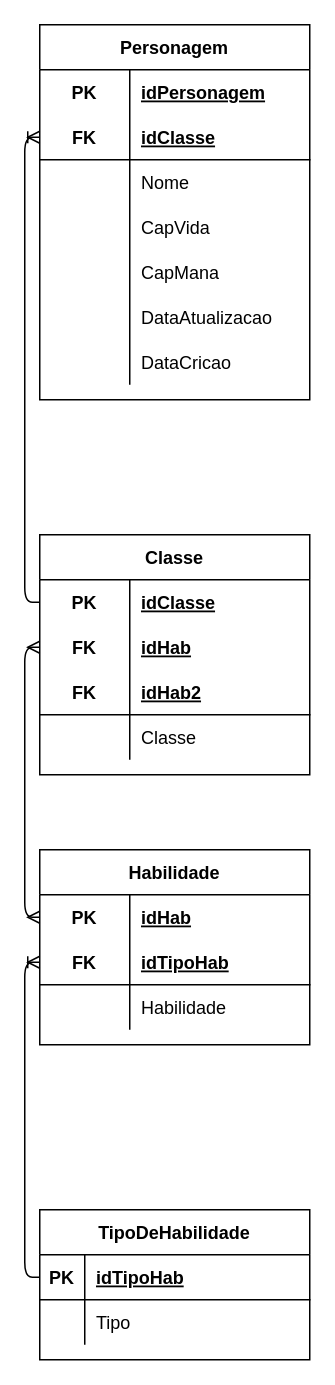
Pedro-B-Alves/senai_sprint1_bd keeps this draw.io diagram as page "logico" (2 of 2) of desafios/SENAI_HROADS_MANHA.drawio. Above is the earlier version. Source tidied: cells renumbered, new cells numbered last; positions are measured from the earlier drawing's top-left corner, leaving out a move shared by most shapes. Both pictures are drawn from the tidied source at 150%, with x=0, y=0 at pixel (39, 24).
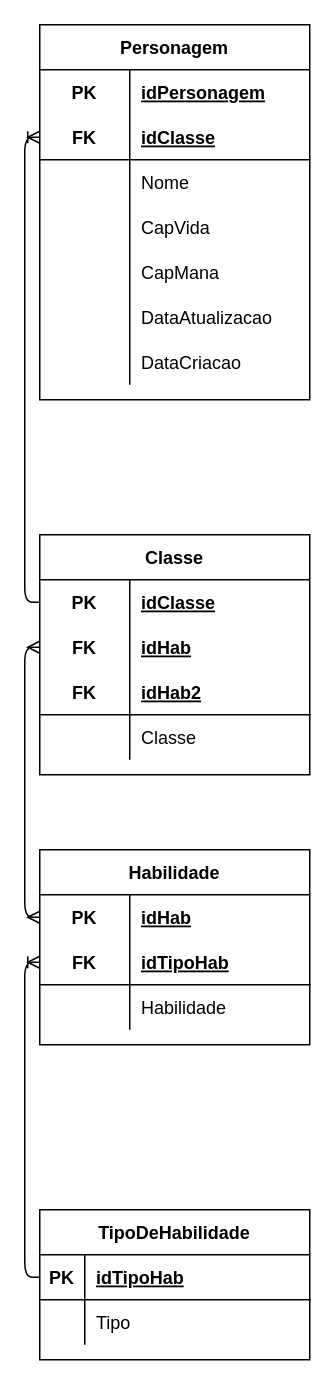
The same page after the edit.

Unchanged cells that the change refers to:
```xml
<mxCell id="53" style="shape=partialRectangle;fillColor=none;top=0;left=0;bottom=0;right=0;" parent="34" vertex="1">
  <mxGeometry y="210" width="180" height="30" as="geometry" />
</mxCell>
```

What changed in the source:
```diff
@@
-    <mxCell id="55" value="DataCricao" style="shape=partialRectangle;fillColor=none;top=0;left=0;bottom=0;right=0;align=left;spacingLeft=6;overflow=hidden;" parent="53" vertex="1">
+    <mxCell id="55" value="DataCriacao" style="shape=partialRectangle;fillColor=none;top=0;left=0;bottom=0;right=0;align=left;spacingLeft=6;overflow=hidden;" parent="53" vertex="1">
       <mxGeometry x="60" width="120" height="30" as="geometry" />
     </mxCell>
```
